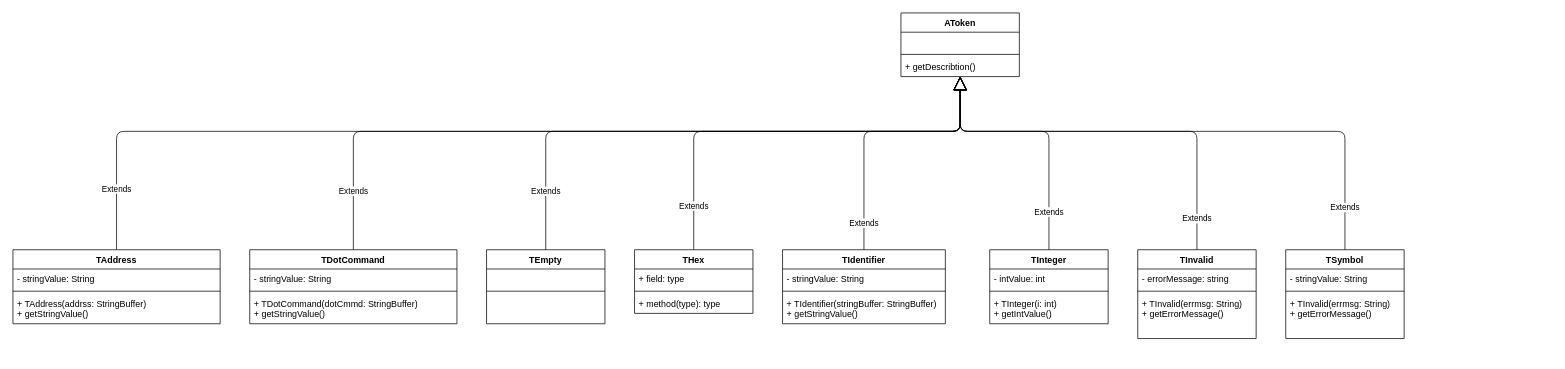
Above: page "Page-1" (1 of 2) of docs/diagrams/AToken UML.drawio in zackthomas1/Pep9Assembler (draw.io), before the change. Source tidied: cells renumbered, new cells numbered last; positions are measured from the earlier drawing's top-left corner, leaving out a move shared by most shapes. Both pictures are drawn from the tidied source at 74%, with x=0, y=0 at pixel (13, 13).
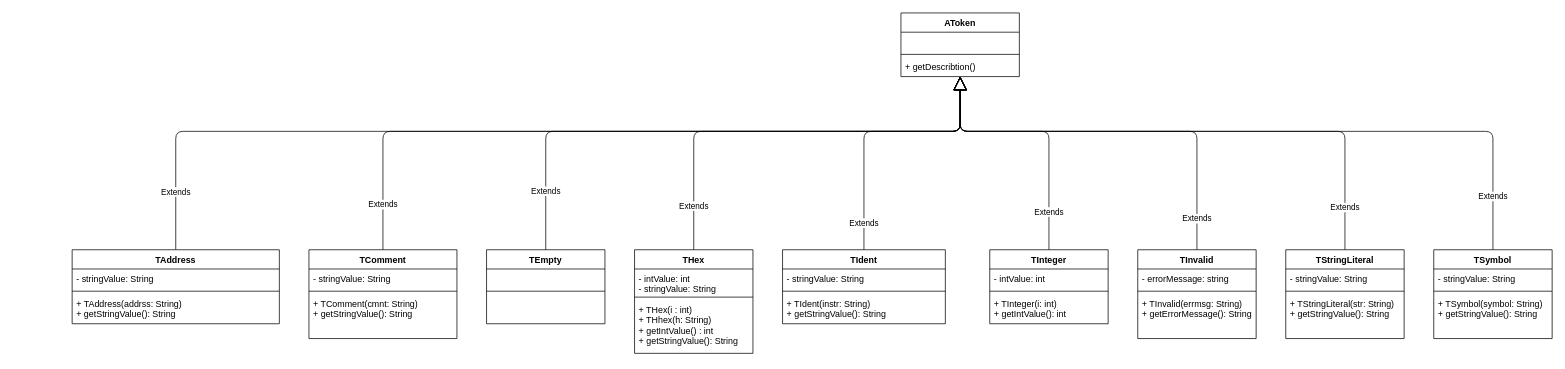
The same page after the edit.

The change refers to these unchanged cells:
```xml
<mxCell id="2" value="TInteger" style="swimlane;fontStyle=1;align=center;verticalAlign=top;horizontal=1;startSize=26;" parent="1" vertex="1">
  <mxGeometry x="1320" y="320" width="160" height="100" as="geometry" />
</mxCell>
<mxCell id="9" value="+ getDescribtion()" style="text;strokeColor=none;fillColor=none;align=left;verticalAlign=top;spacingLeft=4;spacingRight=4;overflow=hidden;points=[[0,0.5],[1,0.5]];portConstraint=eastwest;" parent="6" vertex="1">
  <mxGeometry y="60" width="160" height="26" as="geometry" />
</mxCell>
<mxCell id="22" value="TInvalid" style="swimlane;fontStyle=1;align=center;verticalAlign=top;horizontal=1;startSize=26;" parent="1" vertex="1">
  <mxGeometry x="1520" y="320" width="160" height="120" as="geometry" />
</mxCell>
```

The edit, as a diff of the source:
```diff
@@
-    <mxCell id="5" value="+ TInteger(i: int)&#10;+ getIntValue()" style="text;strokeColor=none;fillColor=none;align=left;verticalAlign=top;spacingLeft=4;spacingRight=4;overflow=hidden;" parent="2" vertex="1">
+    <mxCell id="5" value="+ TInteger(i: int)&#10;+ getIntValue(): int" style="text;strokeColor=none;fillColor=none;align=left;verticalAlign=top;spacingLeft=4;spacingRight=4;overflow=hidden;" parent="2" vertex="1">
       <mxGeometry y="60" width="160" height="40" as="geometry" />
     </mxCell>
@@
     <mxCell id="11" value="Extends" style="endArrow=block;endSize=16;endFill=0;html=1;" parent="1" edge="1" source="36" target="9">
       <mxGeometry x="-0.88" relative="1" as="geometry">
         <Array as="points">
-          <mxPoint x="140" y="160" />
+          <mxPoint x="220" y="160" />
           <mxPoint x="1280" y="160" />
         </Array>
       </mxGeometry>
     </mxCell>
@@
-    <mxCell id="17" value="TIdentifier" style="swimlane;fontStyle=1;align=center;verticalAlign=top;horizontal=1;startSize=26;" parent="1" vertex="1">
+    <mxCell id="17" value="TIdent" style="swimlane;fontStyle=1;align=center;verticalAlign=top;horizontal=1;startSize=26;" parent="1" vertex="1">
       <mxGeometry x="1040" y="320" width="220" height="100" as="geometry" />
     </mxCell>
@@
-    <mxCell id="20" value="+ TIdentifier(stringBuffer: StringBuffer)&#10;+ getStringValue()" style="text;strokeColor=none;fillColor=none;align=left;verticalAlign=top;spacingLeft=4;spacingRight=4;overflow=hidden;" parent="17" vertex="1">
+    <mxCell id="20" value="+ TIdent(instr: String)&#10;+ getStringValue(): String" style="text;strokeColor=none;fillColor=none;align=left;verticalAlign=top;spacingLeft=4;spacingRight=4;overflow=hidden;" parent="17" vertex="1">
       <mxGeometry y="60" width="220" height="40" as="geometry" />
     </mxCell>
@@
-    <mxCell id="25" value="+ TInvalid(errmsg: String)&#10;+ getErrorMessage()&#10;" style="text;strokeColor=none;fillColor=none;align=left;verticalAlign=top;spacingLeft=4;spacingRight=4;overflow=hidden;" parent="22" vertex="1">
+    <mxCell id="25" value="+ TInvalid(errmsg: String)&#10;+ getErrorMessage(): String&#10;" style="text;strokeColor=none;fillColor=none;align=left;verticalAlign=top;spacingLeft=4;spacingRight=4;overflow=hidden;" parent="22" vertex="1">
       <mxGeometry y="60" width="160" height="60" as="geometry" />
     </mxCell>
@@
-    <mxCell id="27" value="TDotCommand" style="swimlane;fontStyle=1;align=center;verticalAlign=top;horizontal=1;startSize=26;" parent="1" vertex="1">
-      <mxGeometry x="320" y="320" width="280" height="100" as="geometry" />
-    </mxCell>
-    <mxCell id="28" value="- stringValue: String" style="text;strokeColor=none;fillColor=none;align=left;verticalAlign=top;spacingLeft=4;spacingRight=4;overflow=hidden;" parent="27" vertex="1">
-      <mxGeometry y="26" width="280" height="26" as="geometry" />
-    </mxCell>
-    <mxCell id="29" style="line;strokeWidth=1;fillColor=none;align=left;verticalAlign=middle;spacingTop=-1;spacingLeft=3;spacingRight=3;labelPosition=right;" parent="27" vertex="1">
-      <mxGeometry y="52" width="280" height="8" as="geometry" />
-    </mxCell>
-    <mxCell id="30" value="+ TDotCommand(dotCmmd: StringBuffer)&#10;+ getStringValue()" style="text;strokeColor=none;fillColor=none;align=left;verticalAlign=top;spacingLeft=4;spacingRight=4;overflow=hidden;" parent="27" vertex="1">
-      <mxGeometry y="60" width="280" height="40" as="geometry" />
-    </mxCell>
-    <mxCell id="31" value="Extends" style="endArrow=block;endSize=16;endFill=0;html=1;exitX=0.5;exitY=0;exitDx=0;exitDy=0;" parent="1" edge="1" source="27" target="9">
-      <mxGeometry x="-0.85" relative="1" as="geometry">
-        <Array as="points">
-          <mxPoint x="460" y="160" />
-          <mxPoint x="1280" y="160" />
-        </Array>
-      </mxGeometry>
-    </mxCell>
     <mxCell id="32" value="THex" style="swimlane;fontStyle=1;align=center;verticalAlign=top;horizontal=1;startSize=26;" parent="1" vertex="1">
-      <mxGeometry x="840" y="320" width="160" height="86" as="geometry" />
+      <mxGeometry x="840" y="320" width="160" height="140" as="geometry" />
     </mxCell>
-    <mxCell id="33" value="+ field: type" style="text;strokeColor=none;fillColor=none;align=left;verticalAlign=top;spacingLeft=4;spacingRight=4;overflow=hidden;" parent="32" vertex="1">
-      <mxGeometry y="26" width="160" height="26" as="geometry" />
+    <mxCell id="33" value="- intValue: int&#10;- stringValue: String" style="text;strokeColor=none;fillColor=none;align=left;verticalAlign=top;spacingLeft=4;spacingRight=4;overflow=hidden;" parent="32" vertex="1">
+      <mxGeometry y="26" width="160" height="34" as="geometry" />
     </mxCell>
     <mxCell id="34" style="line;strokeWidth=1;fillColor=none;align=left;verticalAlign=middle;spacingTop=-1;spacingLeft=3;spacingRight=3;labelPosition=right;" parent="32" vertex="1">
-      <mxGeometry y="52" width="160" height="8" as="geometry" />
+      <mxGeometry y="60" width="160" height="8" as="geometry" />
     </mxCell>
-    <mxCell id="35" value="+ method(type): type" style="text;strokeColor=none;fillColor=none;align=left;verticalAlign=top;spacingLeft=4;spacingRight=4;overflow=hidden;" parent="32" vertex="1">
-      <mxGeometry y="60" width="160" height="26" as="geometry" />
+    <mxCell id="35" value="+ THex(i : int)&#10;+ THhex(h: String)&#10;+ getIntValue() : int&#10;+ getStringValue(): String&#10;" style="text;strokeColor=none;fillColor=none;align=left;verticalAlign=top;spacingLeft=4;spacingRight=4;overflow=hidden;" parent="32" vertex="1">
+      <mxGeometry y="68" width="160" height="72" as="geometry" />
     </mxCell>
     <mxCell id="36" value="TAddress" style="swimlane;fontStyle=1;align=center;verticalAlign=top;horizontal=1;startSize=26;" parent="1" vertex="1">
-      <mxGeometry y="320" width="280" height="100" as="geometry" />
+      <mxGeometry x="80" y="320" width="280" height="100" as="geometry" />
     </mxCell>
@@
-    <mxCell id="39" value="+ TAddress(addrss: StringBuffer)&#10;+ getStringValue()" style="text;strokeColor=none;fillColor=none;align=left;verticalAlign=top;spacingLeft=4;spacingRight=4;overflow=hidden;" parent="36" vertex="1">
+    <mxCell id="39" value="+ TAddress(addrss: String)&#10;+ getStringValue(): String" style="text;strokeColor=none;fillColor=none;align=left;verticalAlign=top;spacingLeft=4;spacingRight=4;overflow=hidden;" parent="36" vertex="1">
       <mxGeometry y="60" width="280" height="40" as="geometry" />
     </mxCell>
@@
     <mxCell id="41" value="TSymbol" style="swimlane;fontStyle=1;align=center;verticalAlign=top;horizontal=1;startSize=26;" parent="1" vertex="1">
-      <mxGeometry x="1720" y="320" width="160" height="120" as="geometry" />
+      <mxGeometry x="1920" y="320" width="160" height="120" as="geometry" />
     </mxCell>
@@
-    <mxCell id="44" value="+ TInvalid(errmsg: String)&#10;+ getErrorMessage()&#10;" style="text;strokeColor=none;fillColor=none;align=left;verticalAlign=top;spacingLeft=4;spacingRight=4;overflow=hidden;" parent="41" vertex="1">
+    <mxCell id="44" value="+ TSymbol(symbol: String)&#10;+ getStringValue(): String&#10;" style="text;strokeColor=none;fillColor=none;align=left;verticalAlign=top;spacingLeft=4;spacingRight=4;overflow=hidden;" parent="41" vertex="1">
       <mxGeometry y="60" width="160" height="60" as="geometry" />
     </mxCell>
     <mxCell id="45" value="Extends" style="endArrow=block;endSize=16;endFill=0;html=1;exitX=0.5;exitY=0;exitDx=0;exitDy=0;" parent="1" edge="1" source="41" target="9">
       <mxGeometry x="-0.85" relative="1" as="geometry">
         <Array as="points">
-          <mxPoint x="1800" y="160" />
+          <mxPoint x="2000" y="160" />
           <mxPoint x="1280" y="160" />
         </Array>
       </mxGeometry>
     </mxCell>
+    <mxCell id="46" value="TComment" style="swimlane;fontStyle=1;align=center;verticalAlign=top;horizontal=1;startSize=26;" parent="1" vertex="1">
+      <mxGeometry x="400" y="320" width="200" height="120" as="geometry" />
+    </mxCell>
+    <mxCell id="47" value="- stringValue: String" style="text;strokeColor=none;fillColor=none;align=left;verticalAlign=top;spacingLeft=4;spacingRight=4;overflow=hidden;" parent="46" vertex="1">
+      <mxGeometry y="26" width="200" height="26" as="geometry" />
+    </mxCell>
+    <mxCell id="48" style="line;strokeWidth=1;fillColor=none;align=left;verticalAlign=middle;spacingTop=-1;spacingLeft=3;spacingRight=3;labelPosition=right;" parent="46" vertex="1">
+      <mxGeometry y="52" width="200" height="8" as="geometry" />
+    </mxCell>
+    <mxCell id="49" value="+ TComment(cmnt: String)&#10;+ getStringValue(): String&#10;" style="text;strokeColor=none;fillColor=none;align=left;verticalAlign=top;spacingLeft=4;spacingRight=4;overflow=hidden;" parent="46" vertex="1">
+      <mxGeometry y="60" width="200" height="60" as="geometry" />
+    </mxCell>
+    <mxCell id="50" value="Extends" style="endArrow=block;endSize=16;endFill=0;html=1;" parent="1" edge="1" source="46" target="9">
+      <mxGeometry x="-0.88" relative="1" as="geometry">
+        <Array as="points">
+          <mxPoint x="500" y="160" />
+          <mxPoint x="1280" y="160" />
+        </Array>
+      </mxGeometry>
+    </mxCell>
+    <mxCell id="51" value="TStringLiteral" style="swimlane;fontStyle=1;align=center;verticalAlign=top;horizontal=1;startSize=26;" parent="1" vertex="1">
+      <mxGeometry x="1720" y="320" width="160" height="120" as="geometry" />
+    </mxCell>
+    <mxCell id="52" value="- stringValue: String" style="text;strokeColor=none;fillColor=none;align=left;verticalAlign=top;spacingLeft=4;spacingRight=4;overflow=hidden;" parent="51" vertex="1">
+      <mxGeometry y="26" width="160" height="26" as="geometry" />
+    </mxCell>
+    <mxCell id="53" style="line;strokeWidth=1;fillColor=none;align=left;verticalAlign=middle;spacingTop=-1;spacingLeft=3;spacingRight=3;labelPosition=right;" parent="51" vertex="1">
+      <mxGeometry y="52" width="160" height="8" as="geometry" />
+    </mxCell>
+    <mxCell id="54" value="+ TStringLiteral(str: String)&#10;+ getStringValue(): String&#10;" style="text;strokeColor=none;fillColor=none;align=left;verticalAlign=top;spacingLeft=4;spacingRight=4;overflow=hidden;" parent="51" vertex="1">
+      <mxGeometry y="60" width="160" height="60" as="geometry" />
+    </mxCell>
+    <mxCell id="31" value="Extends" style="endArrow=block;endSize=16;endFill=0;html=1;exitX=0.5;exitY=0;exitDx=0;exitDy=0;" parent="1" edge="1" source="51" target="9">
+      <mxGeometry x="-0.85" relative="1" as="geometry">
+        <Array as="points">
+          <mxPoint x="1800" y="160" />
+          <mxPoint x="1280" y="160" />
+        </Array>
+      </mxGeometry>
+    </mxCell>
```
